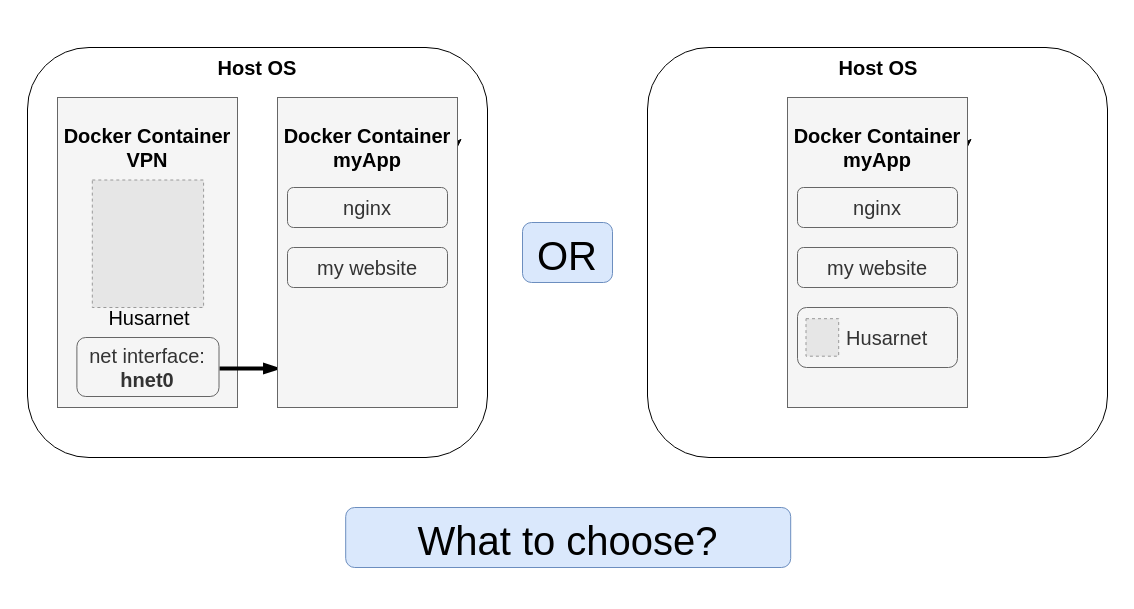
DominikN/nginx-reverse-proxy-docker keeps this draw.io diagram as docs/cover-image.drawio. Above is the earlier version. Source tidied: cells renumbered, new cells numbered last; positions are measured from the earlier drawing's top-left corner, leaving out a move shared by most shapes. Both pictures are drawn from the tidied source at 100%, with x=0, y=0 at pixel (17, 17). Pictures stored in the file or linked from it are replaced by grey dashed boxes.
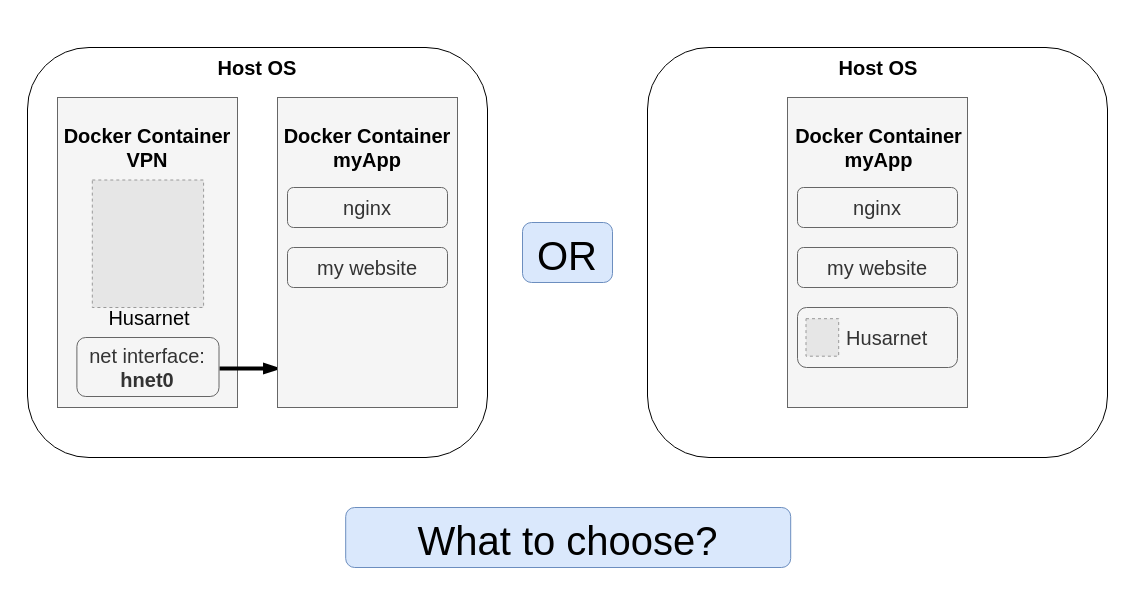
After the change.

Diff of the diagram source:
```diff
@@
-    <mxCell id="12" style="edgeStyle=orthogonalEdgeStyle;rounded=0;orthogonalLoop=1;jettySize=auto;html=1;exitX=0.5;exitY=0;exitDx=0;exitDy=0;entryX=0.5;entryY=1;entryDx=0;entryDy=0;" parent="1" edge="1">
-      <mxGeometry relative="1" as="geometry">
-        <mxPoint x="440" y="110" as="sourcePoint" />
-        <mxPoint x="440" y="130" as="targetPoint" />
-      </mxGeometry>
-    </mxCell>
@@
-    <mxCell id="17" style="edgeStyle=orthogonalEdgeStyle;rounded=0;orthogonalLoop=1;jettySize=auto;html=1;exitX=0.5;exitY=0;exitDx=0;exitDy=0;entryX=0.5;entryY=1;entryDx=0;entryDy=0;" parent="1" edge="1">
-      <mxGeometry relative="1" as="geometry">
-        <mxPoint x="950" y="110" as="sourcePoint" />
-        <mxPoint x="950" y="130" as="targetPoint" />
-      </mxGeometry>
-    </mxCell>
@@
     <mxCell id="19" value="Docker Container myApp" style="text;html=1;strokeColor=none;fillColor=none;align=center;verticalAlign=middle;whiteSpace=wrap;rounded=0;fontSize=20;fontStyle=1;" parent="1" vertex="1">
-      <mxGeometry x="773.2" y="120" width="174.4" height="20" as="geometry" />
+      <mxGeometry x="773.2" y="120" width="176.8" height="20" as="geometry" />
     </mxCell>
```
